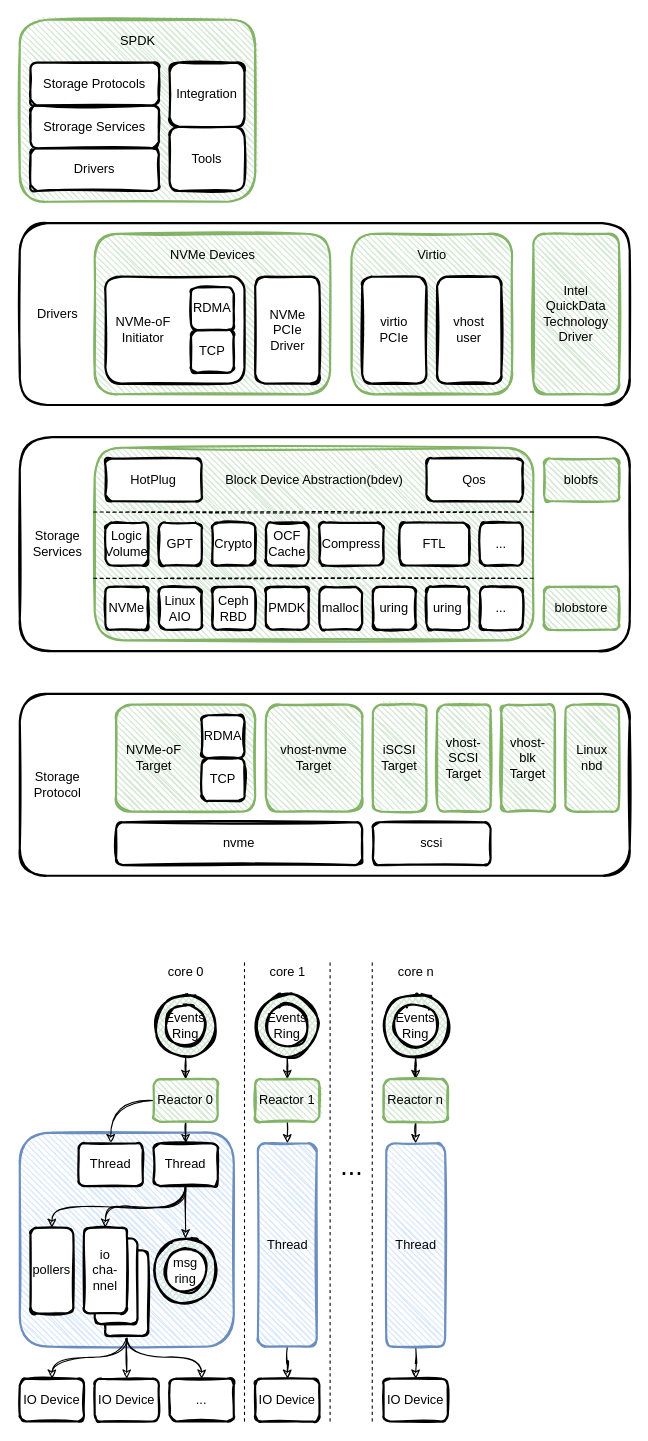
Earlier version of the draw.io diagram page "spdk" (1 of 6) of spdk/spdk.drawio (EarthWind/deeparch). Source tidied: cells renumbered, new cells numbered last; positions are measured from the earlier drawing's top-left corner, leaving out a move shared by most shapes. Both pictures are drawn from the tidied source at 107%, with x=0, y=0 at pixel (19, 19).
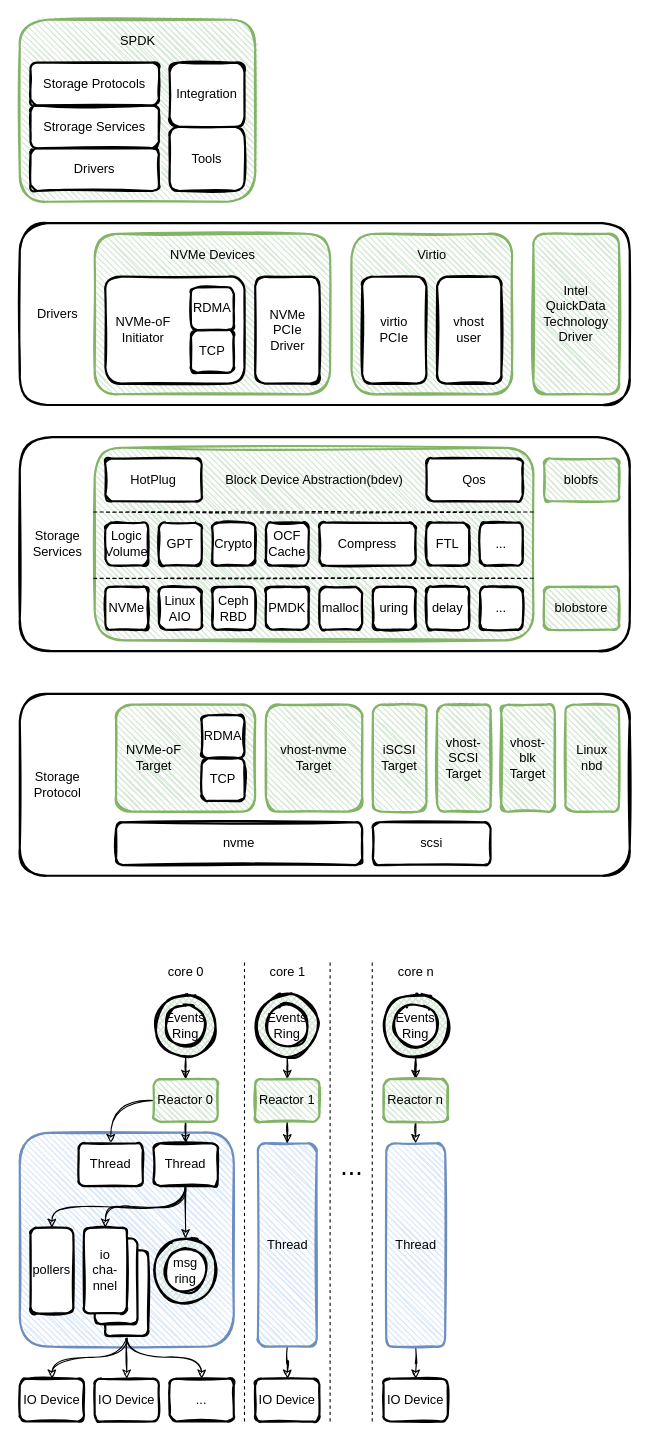
The same diagram, later.

The change refers to these unchanged cells:
```xml
<mxCell id="95" value="Reactor 1" style="rounded=1;whiteSpace=wrap;html=1;strokeWidth=2;fillWeight=1;hachureGap=4;hachureAngle=45;sketch=1;fillColor=#d5e8d4;strokeColor=#82b366;" parent="1" vertex="1">
  <mxGeometry x="220" y="990" width="60" height="40" as="geometry" />
</mxCell>
<mxCell id="98" value="Thread" style="rounded=1;whiteSpace=wrap;html=1;strokeWidth=2;fillWeight=1;hachureGap=4;hachureAngle=45;sketch=1;fillColor=#dae8fc;strokeColor=#6c8ebf;" parent="1" vertex="1">
  <mxGeometry x="222.5" y="1050" width="55" height="190" as="geometry" />
</mxCell>
```

The edit, as a diff of the source:
```diff
@@
-    <mxCell id="43" value="uring" style="rounded=1;whiteSpace=wrap;html=1;strokeWidth=2;fillWeight=4;hachureGap=8;hachureAngle=45;sketch=1;fillColor=#FFFFFF;" parent="1" vertex="1">
+    <mxCell id="43" value="delay" style="rounded=1;whiteSpace=wrap;html=1;strokeWidth=2;fillWeight=4;hachureGap=8;hachureAngle=45;sketch=1;fillColor=#FFFFFF;" parent="1" vertex="1">
       <mxGeometry x="380" y="530" width="40" height="40" as="geometry" />
     </mxCell>
@@
     <mxCell id="52" value="Compress" style="rounded=1;whiteSpace=wrap;html=1;strokeWidth=2;fillWeight=4;hachureGap=8;hachureAngle=45;sketch=1;fillColor=#FFFFFF;" parent="1" vertex="1">
-      <mxGeometry x="280" y="470" width="60" height="40" as="geometry" />
+      <mxGeometry x="280" y="470" width="90" height="40" as="geometry" />
     </mxCell>
     <mxCell id="53" value="FTL" style="rounded=1;whiteSpace=wrap;html=1;strokeWidth=2;fillWeight=4;hachureGap=8;hachureAngle=45;sketch=1;fillColor=#FFFFFF;" parent="1" vertex="1">
-      <mxGeometry x="355" y="470" width="65" height="40" as="geometry" />
+      <mxGeometry x="380" y="470" width="40" height="40" as="geometry" />
     </mxCell>
@@
-    <mxCell id="94" style="edgeStyle=orthogonalEdgeStyle;rounded=0;sketch=1;jettySize=auto;html=1;entryX=0.5;entryY=0;entryDx=0;entryDy=0;" parent="1" edge="1" source="95">
-      <mxGeometry relative="1" as="geometry">
-        <mxPoint x="250" y="1050" as="targetPoint" />
-      </mxGeometry>
-    </mxCell>
+    <mxCell id="113" style="edgeStyle=orthogonalEdgeStyle;rounded=0;jettySize=auto;html=1;entryX=0.5;entryY=0;entryDx=0;entryDy=0;sketch=1;" parent="1" edge="1" source="95" target="98">
+      <mxGeometry relative="1" as="geometry" />
+    </mxCell>
```
